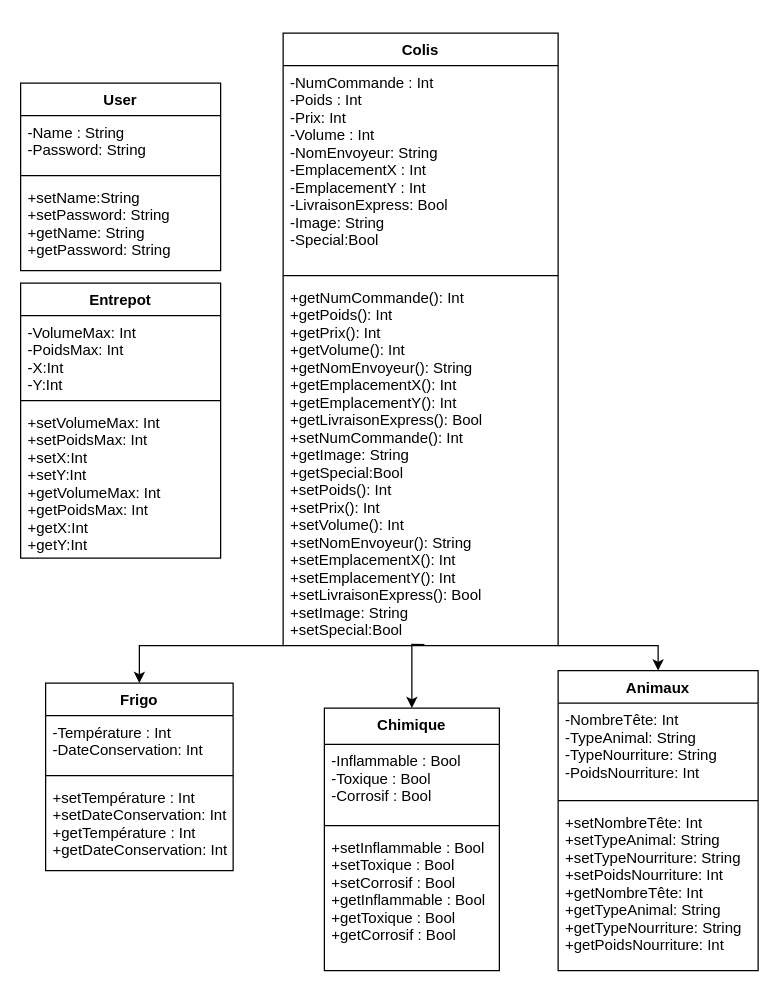
Above: Untitled Diagram.drawio.xml in Gyom03/Hackathon (draw.io), before the change. Source tidied: cells renumbered, new cells numbered last; positions are measured from the earlier drawing's top-left corner, leaving out a move shared by most shapes. Both pictures are drawn from the tidied source at 125%, with x=0, y=0 at pixel (20, 32).
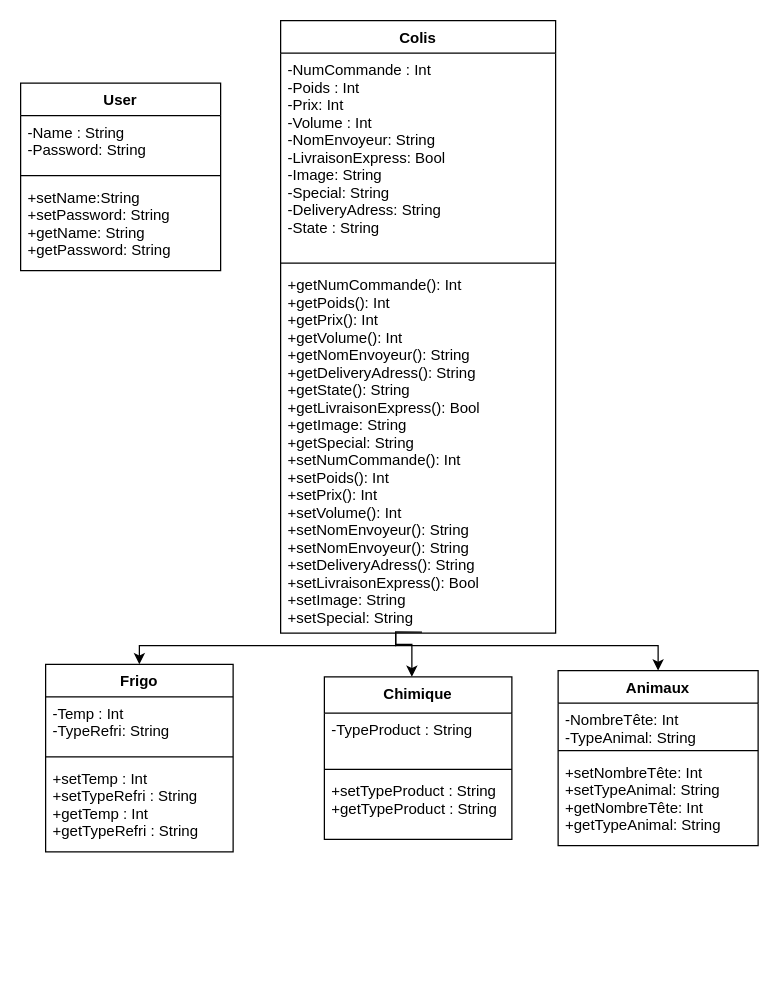
Above is the later version.

Commit message:
Diagramme de Classe Final

Diff of the diagram source:
```diff
@@
     <mxCell id="2" value="Frigo" style="swimlane;fontStyle=1;align=center;verticalAlign=top;horizontal=1;startSize=26;" parent="1" vertex="1">
-      <mxGeometry x="20" y="520" width="150" height="150" as="geometry" />
+      <mxGeometry x="20" y="505" width="150" height="150" as="geometry" />
     </mxCell>
-    <mxCell id="3" value="-Température : Int&#10;-DateConservation: Int" style="text;strokeColor=none;fillColor=none;align=left;verticalAlign=top;spacingLeft=4;spacingRight=4;overflow=hidden;" parent="2" vertex="1">
+    <mxCell id="3" value="-Temp : Int&#10;-TypeRefri: String" style="text;strokeColor=none;fillColor=none;align=left;verticalAlign=top;spacingLeft=4;spacingRight=4;overflow=hidden;" parent="2" vertex="1">
       <mxGeometry y="26" width="150" height="44" as="geometry" />
     </mxCell>
@@
-    <mxCell id="5" value="+setTempérature : Int&#10;+setDateConservation: Int&#10;+getTempérature : Int&#10;+getDateConservation: Int" style="text;strokeColor=none;fillColor=none;align=left;verticalAlign=top;spacingLeft=4;spacingRight=4;overflow=hidden;" parent="2" vertex="1">
+    <mxCell id="5" value="+setTemp : Int&#10;+setTypeRefri : String &#10;+getTemp : Int&#10;+getTypeRefri : String" style="text;strokeColor=none;fillColor=none;align=left;verticalAlign=top;spacingLeft=4;spacingRight=4;overflow=hidden;" parent="2" vertex="1">
       <mxGeometry y="78" width="150" height="72" as="geometry" />
     </mxCell>
     <mxCell id="6" value="Chimique" style="swimlane;fontStyle=1;align=center;verticalAlign=top;horizontal=1;startSize=29;" parent="1" vertex="1">
-      <mxGeometry x="243" y="540" width="140" height="210" as="geometry" />
+      <mxGeometry x="243" y="515" width="150" height="130" as="geometry" />
     </mxCell>
-    <mxCell id="7" value="-Inflammable : Bool&#10;-Toxique : Bool&#10;-Corrosif : Bool" style="text;strokeColor=none;fillColor=none;align=left;verticalAlign=top;spacingLeft=4;spacingRight=4;overflow=hidden;" parent="6" vertex="1">
-      <mxGeometry y="29" width="140" height="61" as="geometry" />
+    <mxCell id="7" value="-TypeProduct : String" style="text;strokeColor=none;fillColor=none;align=left;verticalAlign=top;spacingLeft=4;spacingRight=4;overflow=hidden;" parent="6" vertex="1">
+      <mxGeometry y="29" width="150" height="41" as="geometry" />
     </mxCell>
     <mxCell id="8" style="line;strokeWidth=1;fillColor=none;align=left;verticalAlign=middle;spacingTop=-1;spacingLeft=3;spacingRight=3;labelPosition=right;" parent="6" vertex="1">
-      <mxGeometry y="90" width="140" height="8" as="geometry" />
+      <mxGeometry y="70" width="150" height="8" as="geometry" />
     </mxCell>
-    <mxCell id="9" value="+setInflammable : Bool&#10;+setToxique : Bool&#10;+setCorrosif : Bool&#10;+getInflammable : Bool&#10;+getToxique : Bool&#10;+getCorrosif : Bool" style="text;strokeColor=none;fillColor=none;align=left;verticalAlign=top;spacingLeft=4;spacingRight=4;overflow=hidden;" parent="6" vertex="1">
-      <mxGeometry y="98" width="140" height="112" as="geometry" />
+    <mxCell id="9" value="+setTypeProduct : String&#10;+getTypeProduct : String" style="text;strokeColor=none;fillColor=none;align=left;verticalAlign=top;spacingLeft=4;spacingRight=4;overflow=hidden;" parent="6" vertex="1">
+      <mxGeometry y="78" width="150" height="52" as="geometry" />
     </mxCell>
@@
     <mxCell id="12" value="Colis" style="swimlane;fontStyle=1;align=center;verticalAlign=top;horizontal=1;startSize=26;" parent="1" vertex="1">
-      <mxGeometry x="210" width="220" height="490" as="geometry" />
+      <mxGeometry x="208" y="-10" width="220" height="490" as="geometry" />
     </mxCell>
-    <mxCell id="13" value="-NumCommande : Int&#10;-Poids : Int&#10;-Prix: Int&#10;-Volume : Int&#10;-NomEnvoyeur: String&#10;-EmplacementX : Int&#10;-EmplacementY : Int&#10;-LivraisonExpress: Bool&#10;-Image: String&#10;-Special:Bool" style="text;strokeColor=none;fillColor=none;align=left;verticalAlign=top;spacingLeft=4;spacingRight=4;overflow=hidden;" parent="12" vertex="1">
+    <mxCell id="13" value="-NumCommande : Int&#10;-Poids : Int&#10;-Prix: Int&#10;-Volume : Int&#10;-NomEnvoyeur: String&#10;-LivraisonExpress: Bool&#10;-Image: String&#10;-Special: String&#10;-DeliveryAdress: String&#10;-State : String" style="text;strokeColor=none;fillColor=none;align=left;verticalAlign=top;spacingLeft=4;spacingRight=4;overflow=hidden;" parent="12" vertex="1">
       <mxGeometry y="26" width="220" height="164" as="geometry" />
     </mxCell>
@@
-    <mxCell id="15" value="+getNumCommande(): Int&#10;+getPoids(): Int&#10;+getPrix(): Int&#10;+getVolume(): Int&#10;+getNomEnvoyeur(): String&#10;+getEmplacementX(): Int&#10;+getEmplacementY(): Int&#10;+getLivraisonExpress(): Bool&#10;+setNumCommande(): Int&#10;+getImage: String&#10;+getSpecial:Bool&#10;+setPoids(): Int&#10;+setPrix(): Int&#10;+setVolume(): Int&#10;+setNomEnvoyeur(): String&#10;+setEmplacementX(): Int&#10;+setEmplacementY(): Int&#10;+setLivraisonExpress(): Bool&#10;+setImage: String&#10;+setSpecial:Bool" style="text;strokeColor=none;fillColor=none;align=left;verticalAlign=top;spacingLeft=4;spacingRight=4;overflow=hidden;points=[[0,0.5],[1,0.5]];portConstraint=eastwest;" parent="12" vertex="1">
+    <mxCell id="15" value="+getNumCommande(): Int&#10;+getPoids(): Int&#10;+getPrix(): Int&#10;+getVolume(): Int&#10;+getNomEnvoyeur(): String&#10;+getDeliveryAdress(): String&#10;+getState(): String&#10;+getLivraisonExpress(): Bool&#10;+getImage: String&#10;+getSpecial: String&#10;+setNumCommande(): Int&#10;+setPoids(): Int&#10;+setPrix(): Int&#10;+setVolume(): Int&#10;+setNomEnvoyeur(): String&#10;+setNomEnvoyeur(): String&#10;+setDeliveryAdress(): String&#10;+setLivraisonExpress(): Bool&#10;+setImage: String&#10;+setSpecial: String" style="text;strokeColor=none;fillColor=none;align=left;verticalAlign=top;spacingLeft=4;spacingRight=4;overflow=hidden;points=[[0,0.5],[1,0.5]];portConstraint=eastwest;" parent="12" vertex="1">
       <mxGeometry y="198" width="220" height="292" as="geometry" />
     </mxCell>
     <mxCell id="16" value="Animaux" style="swimlane;fontStyle=1;align=center;verticalAlign=top;horizontal=1;startSize=26;" parent="1" vertex="1">
-      <mxGeometry x="430" y="510" width="160" height="240" as="geometry" />
+      <mxGeometry x="430" y="510" width="160" height="140" as="geometry" />
     </mxCell>
-    <mxCell id="17" value="-NombreTête: Int&#10;-TypeAnimal: String&#10;-TypeNourriture: String&#10;-PoidsNourriture: Int" style="text;strokeColor=none;fillColor=none;align=left;verticalAlign=top;spacingLeft=4;spacingRight=4;overflow=hidden;" parent="16" vertex="1">
-      <mxGeometry y="26" width="160" height="74" as="geometry" />
+    <mxCell id="17" value="-NombreTête: Int&#10;-TypeAnimal: String&#10;" style="text;strokeColor=none;fillColor=none;align=left;verticalAlign=top;spacingLeft=4;spacingRight=4;overflow=hidden;" parent="16" vertex="1">
+      <mxGeometry y="26" width="160" height="34" as="geometry" />
     </mxCell>
     <mxCell id="18" style="line;strokeWidth=1;fillColor=none;align=left;verticalAlign=middle;spacingTop=-1;spacingLeft=3;spacingRight=3;labelPosition=right;" parent="16" vertex="1">
-      <mxGeometry y="100" width="160" height="8" as="geometry" />
+      <mxGeometry y="60" width="160" height="8" as="geometry" />
     </mxCell>
-    <mxCell id="19" value="+setNombreTête: Int&#10;+setTypeAnimal: String&#10;+setTypeNourriture: String&#10;+setPoidsNourriture: Int&#10;+getNombreTête: Int&#10;+getTypeAnimal: String&#10;+getTypeNourriture: String&#10;+getPoidsNourriture: Int" style="text;strokeColor=none;fillColor=none;align=left;verticalAlign=top;spacingLeft=4;spacingRight=4;overflow=hidden;" parent="16" vertex="1">
-      <mxGeometry y="108" width="160" height="132" as="geometry" />
+    <mxCell id="19" value="+setNombreTête: Int&#10;+setTypeAnimal: String&#10;+getNombreTête: Int&#10;+getTypeAnimal: String" style="text;strokeColor=none;fillColor=none;align=left;verticalAlign=top;spacingLeft=4;spacingRight=4;overflow=hidden;" parent="16" vertex="1">
+      <mxGeometry y="68" width="160" height="72" as="geometry" />
     </mxCell>
-    <mxCell id="20" value="Entrepot" style="swimlane;fontStyle=1;align=center;verticalAlign=top;horizontal=1;startSize=26;" parent="1" vertex="1">
-      <mxGeometry y="200" width="160" height="220" as="geometry" />
-    </mxCell>
-    <mxCell id="21" value="-VolumeMax: Int&#10;-PoidsMax: Int&#10;-X:Int&#10;-Y:Int" style="text;strokeColor=none;fillColor=none;align=left;verticalAlign=top;spacingLeft=4;spacingRight=4;overflow=hidden;" parent="20" vertex="1">
-      <mxGeometry y="26" width="160" height="64" as="geometry" />
-    </mxCell>
-    <mxCell id="22" style="line;strokeWidth=1;fillColor=none;align=left;verticalAlign=middle;spacingTop=-1;spacingLeft=3;spacingRight=3;labelPosition=right;" parent="20" vertex="1">
-      <mxGeometry y="90" width="160" height="8" as="geometry" />
-    </mxCell>
-    <mxCell id="23" value="+setVolumeMax: Int&#10;+setPoidsMax: Int&#10;+setX:Int&#10;+setY:Int&#10;+getVolumeMax: Int&#10;+getPoidsMax: Int&#10;+getX:Int&#10;+getY:Int" style="text;strokeColor=none;fillColor=none;align=left;verticalAlign=top;spacingLeft=4;spacingRight=4;overflow=hidden;" parent="20" vertex="1">
-      <mxGeometry y="98" width="160" height="122" as="geometry" />
-    </mxCell>
@@
-    <mxCell id="28" style="edgeStyle=orthogonalEdgeStyle;rounded=0;jettySize=auto;html=1;entryX=0.5;entryY=0;entryDx=0;entryDy=0;exitX=0.514;exitY=0.997;exitDx=0;exitDy=0;exitPerimeter=0;" parent="1" edge="1" source="15" target="6">
+    <mxCell id="28" style="edgeStyle=orthogonalEdgeStyle;rounded=0;jettySize=auto;html=1;exitX=0.514;exitY=0.997;exitDx=0;exitDy=0;exitPerimeter=0;" parent="1" edge="1" source="15" target="6">
       <mxGeometry relative="1" as="geometry">
         <Array as="points">
+          <mxPoint x="300" y="479" />
+          <mxPoint x="300" y="489" />
           <mxPoint x="313" y="489" />
         </Array>
       </mxGeometry>
     </mxCell>
```
